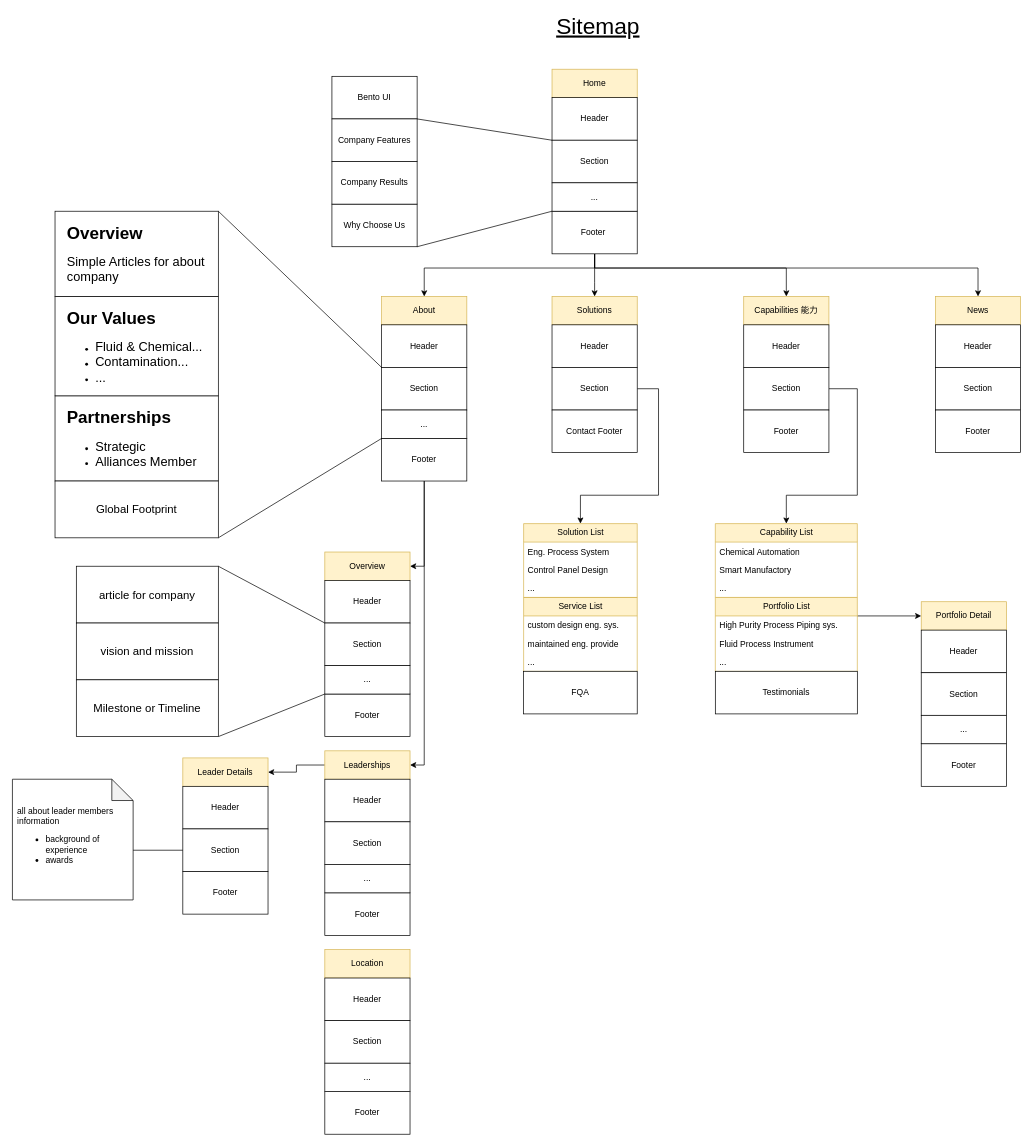
Above: Website_Design_Process.drawio in johnseetoh25/draw.io_Gallery (draw.io), before the change. Source tidied: cells renumbered, new cells numbered last; positions are measured from the earlier drawing's top-left corner, leaving out a move shared by most shapes. Both pictures are drawn from the tidied source at 71%, with x=0, y=0 at pixel (12, 12).
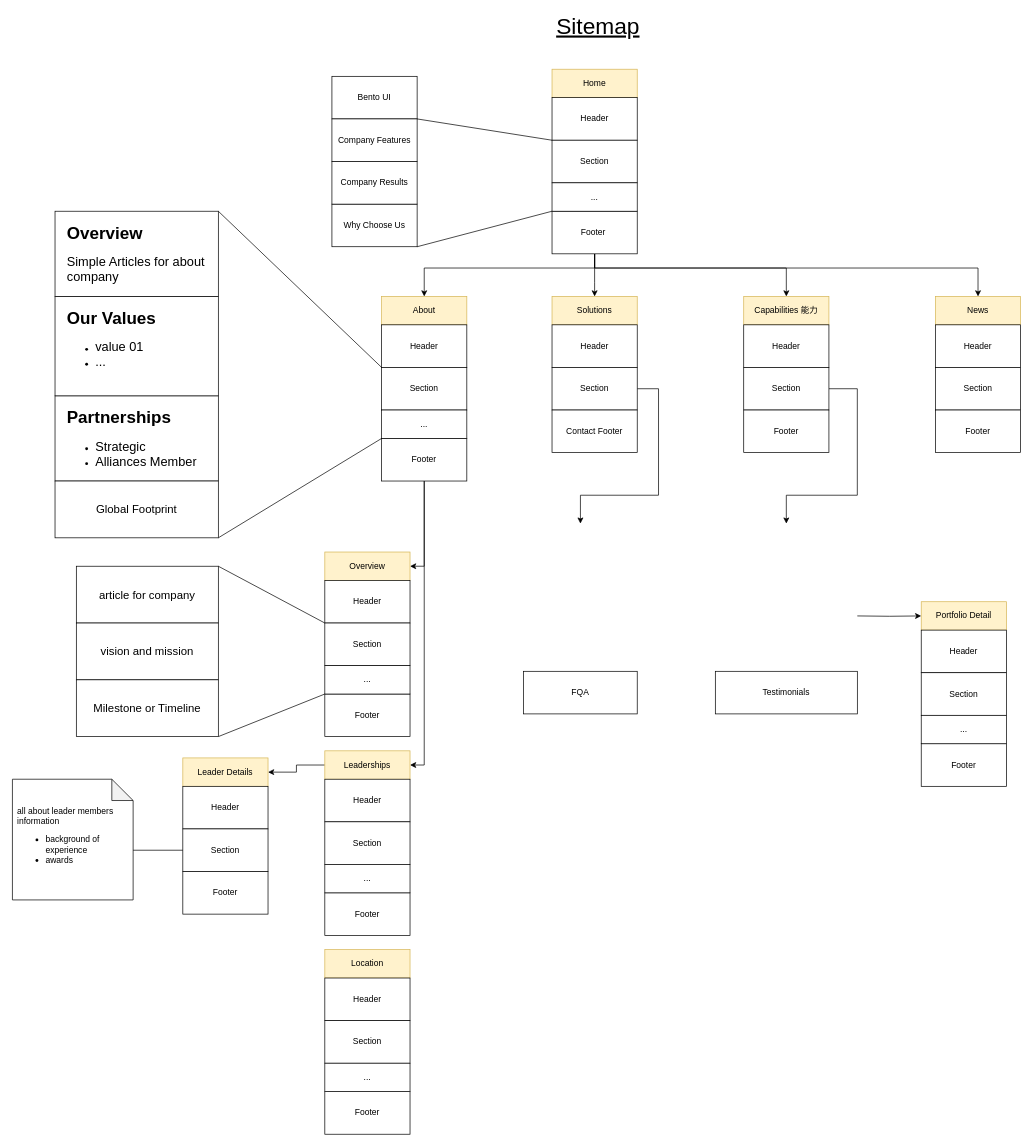
The same diagram, later.

The change refers to these unchanged cells:
```xml
<mxCell id="22" value="Section" style="rounded=0;whiteSpace=wrap;html=1;" parent="1" vertex="1">
  <mxGeometry x="760" y="500" width="120" height="60" as="geometry" />
</mxCell>
<mxCell id="27" value="Section" style="rounded=0;whiteSpace=wrap;html=1;" parent="1" vertex="1">
  <mxGeometry x="1030" y="500" width="120" height="60" as="geometry" />
</mxCell>
<mxCell id="87" value="Portfolio Detail" style="rounded=0;whiteSpace=wrap;html=1;fillColor=#fff2cc;strokeColor=#d6b656;" parent="1" vertex="1">
  <mxGeometry x="1280" y="830" width="120" height="40" as="geometry" />
</mxCell>
```

What changed in the source:
```diff
@@
-    <mxCell id="21" style="edgeStyle=orthogonalEdgeStyle;rounded=0;jettySize=auto;html=1;entryX=0.5;entryY=0;entryDx=0;entryDy=0;" parent="1" edge="1" source="22" target="78">
+    <mxCell id="21" style="edgeStyle=orthogonalEdgeStyle;rounded=0;jettySize=auto;html=1;entryX=0.5;entryY=0;entryDx=0;entryDy=0;" parent="1" edge="1" source="22">
       <mxGeometry relative="1" as="geometry">
+        <mxPoint x="800" y="720" as="targetPoint" />
         <Array as="points">
           <mxPoint x="910" y="530" />
           <mxPoint x="910" y="680" />
           <mxPoint x="800" y="680" />
         </Array>
       </mxGeometry>
     </mxCell>
@@
-    <mxCell id="26" style="edgeStyle=orthogonalEdgeStyle;rounded=0;jettySize=auto;html=1;entryX=0.5;entryY=0;entryDx=0;entryDy=0;" parent="1" edge="1" source="27" target="70">
+    <mxCell id="26" style="edgeStyle=orthogonalEdgeStyle;rounded=0;jettySize=auto;html=1;entryX=0.5;entryY=0;entryDx=0;entryDy=0;" parent="1" edge="1" source="27">
       <mxGeometry relative="1" as="geometry">
+        <mxPoint x="1090" y="720" as="targetPoint" />
         <Array as="points">
           <mxPoint x="1190" y="530" />
           <mxPoint x="1190" y="680" />
           <mxPoint x="1090" y="680" />
         </Array>
       </mxGeometry>
     </mxCell>
@@
-    <mxCell id="42" value="&lt;h1 style=&quot;margin-top: 0px;&quot;&gt;Our Values&lt;/h1&gt;&lt;p&gt;&lt;/p&gt;&lt;ul&gt;&lt;li&gt;&lt;span style=&quot;font-size: 18px;&quot;&gt;Fluid &amp;amp; Chemical...&lt;/span&gt;&lt;/li&gt;&lt;li&gt;&lt;span style=&quot;font-size: 18px;&quot;&gt;Contamination...&lt;/span&gt;&lt;/li&gt;&lt;li&gt;&lt;span style=&quot;font-size: 18px;&quot;&gt;...&lt;/span&gt;&lt;/li&gt;&lt;/ul&gt;&lt;p&gt;&lt;/p&gt;" style="text;html=1;whiteSpace=wrap;overflow=hidden;rounded=0;" parent="1" vertex="1">
+    <mxCell id="42" value="&lt;h1 style=&quot;margin-top: 0px;&quot;&gt;Our Values&lt;/h1&gt;&lt;p&gt;&lt;/p&gt;&lt;ul&gt;&lt;li&gt;&lt;span style=&quot;font-size: 18px;&quot;&gt;value 01&lt;/span&gt;&lt;/li&gt;&lt;li&gt;&lt;span style=&quot;font-size: 18px;&quot;&gt;...&lt;/span&gt;&lt;/li&gt;&lt;/ul&gt;&lt;p&gt;&lt;/p&gt;" style="text;html=1;whiteSpace=wrap;overflow=hidden;rounded=0;" parent="1" vertex="1">
       <mxGeometry x="75" y="410" width="200" height="120" as="geometry" />
     </mxCell>
@@
-    <mxCell id="70" value="Capability List" style="swimlane;fontStyle=0;horizontal=1;startSize=26;fillColor=#fff2cc;html=1;strokeColor=#d6b656;" parent="1" vertex="1">
-      <mxGeometry x="990" y="720" width="200" height="104" as="geometry" />
-    </mxCell>
-    <mxCell id="71" value="Chemical Automation" style="text;strokeColor=none;fillColor=none;align=left;verticalAlign=top;spacingLeft=4;spacingRight=4;overflow=hidden;whiteSpace=wrap;html=1;" parent="70" vertex="1">
-      <mxGeometry y="26" width="200" height="26" as="geometry" />
-    </mxCell>
-    <mxCell id="72" value="Smart Manufactory" style="text;strokeColor=none;fillColor=none;align=left;verticalAlign=top;spacingLeft=4;spacingRight=4;overflow=hidden;whiteSpace=wrap;html=1;" parent="70" vertex="1">
-      <mxGeometry y="52" width="200" height="26" as="geometry" />
-    </mxCell>
-    <mxCell id="73" value="..." style="text;strokeColor=none;fillColor=none;align=left;verticalAlign=top;spacingLeft=4;spacingRight=4;overflow=hidden;whiteSpace=wrap;html=1;" parent="70" vertex="1">
-      <mxGeometry y="78" width="200" height="26" as="geometry" />
-    </mxCell>
-    <mxCell id="74" value="Service List" style="swimlane;fontStyle=0;horizontal=1;startSize=26;fillColor=#fff2cc;html=1;strokeColor=#d6b656;" parent="1" vertex="1">
-      <mxGeometry x="720" y="824" width="160" height="104" as="geometry" />
-    </mxCell>
-    <mxCell id="75" value="custom design eng. sys." style="text;strokeColor=none;fillColor=none;align=left;verticalAlign=top;spacingLeft=4;spacingRight=4;overflow=hidden;whiteSpace=wrap;html=1;" parent="74" vertex="1">
-      <mxGeometry y="26" width="160" height="26" as="geometry" />
-    </mxCell>
-    <mxCell id="76" value="maintained eng. provide&amp;nbsp;" style="text;strokeColor=none;fillColor=none;align=left;verticalAlign=top;spacingLeft=4;spacingRight=4;overflow=hidden;whiteSpace=wrap;html=1;" parent="74" vertex="1">
-      <mxGeometry y="52" width="160" height="26" as="geometry" />
-    </mxCell>
-    <mxCell id="77" value="..." style="text;strokeColor=none;fillColor=none;align=left;verticalAlign=top;spacingLeft=4;spacingRight=4;overflow=hidden;whiteSpace=wrap;html=1;" parent="74" vertex="1">
-      <mxGeometry y="78" width="160" height="26" as="geometry" />
-    </mxCell>
-    <mxCell id="78" value="Solution List" style="swimlane;fontStyle=0;horizontal=1;startSize=26;fillColor=#fff2cc;html=1;strokeColor=#d6b656;" parent="1" vertex="1">
-      <mxGeometry x="720" y="720" width="160" height="104" as="geometry" />
-    </mxCell>
-    <mxCell id="79" value="Eng. Process System" style="text;strokeColor=none;fillColor=none;align=left;verticalAlign=top;spacingLeft=4;spacingRight=4;overflow=hidden;whiteSpace=wrap;html=1;" parent="78" vertex="1">
-      <mxGeometry y="26" width="160" height="26" as="geometry" />
-    </mxCell>
-    <mxCell id="80" value="Control Panel Design" style="text;strokeColor=none;fillColor=none;align=left;verticalAlign=top;spacingLeft=4;spacingRight=4;overflow=hidden;whiteSpace=wrap;html=1;" parent="78" vertex="1">
-      <mxGeometry y="52" width="160" height="26" as="geometry" />
-    </mxCell>
-    <mxCell id="81" value="..." style="text;strokeColor=none;fillColor=none;align=left;verticalAlign=top;spacingLeft=4;spacingRight=4;overflow=hidden;whiteSpace=wrap;html=1;" parent="78" vertex="1">
-      <mxGeometry y="78" width="160" height="26" as="geometry" />
-    </mxCell>
-    <mxCell id="82" style="edgeStyle=orthogonalEdgeStyle;rounded=0;jettySize=auto;html=1;entryX=0;entryY=0.5;entryDx=0;entryDy=0;exitX=1;exitY=0.25;exitDx=0;exitDy=0;" parent="1" edge="1" source="83" target="87">
-      <mxGeometry relative="1" as="geometry" />
+    <mxCell id="82" style="edgeStyle=orthogonalEdgeStyle;rounded=0;jettySize=auto;html=1;entryX=0;entryY=0.5;entryDx=0;entryDy=0;exitX=1;exitY=0.25;exitDx=0;exitDy=0;" parent="1" edge="1" target="87">
+      <mxGeometry relative="1" as="geometry">
+        <mxPoint x="1190" y="850" as="sourcePoint" />
+      </mxGeometry>
     </mxCell>
-    <mxCell id="83" value="Portfolio List" style="swimlane;fontStyle=0;horizontal=1;startSize=26;fillColor=#fff2cc;html=1;strokeColor=#d6b656;" parent="1" vertex="1">
-      <mxGeometry x="990" y="824" width="200" height="104" as="geometry" />
-    </mxCell>
-    <mxCell id="84" value="High Purity Process Piping sys." style="text;strokeColor=none;fillColor=none;align=left;verticalAlign=top;spacingLeft=4;spacingRight=4;overflow=hidden;whiteSpace=wrap;html=1;" parent="83" vertex="1">
-      <mxGeometry y="26" width="200" height="26" as="geometry" />
-    </mxCell>
-    <mxCell id="85" value="Fluid Process Instrument" style="text;strokeColor=none;fillColor=none;align=left;verticalAlign=top;spacingLeft=4;spacingRight=4;overflow=hidden;whiteSpace=wrap;html=1;" parent="83" vertex="1">
-      <mxGeometry y="52" width="200" height="26" as="geometry" />
-    </mxCell>
-    <mxCell id="86" value="..." style="text;strokeColor=none;fillColor=none;align=left;verticalAlign=top;spacingLeft=4;spacingRight=4;overflow=hidden;whiteSpace=wrap;html=1;" parent="83" vertex="1">
-      <mxGeometry y="78" width="200" height="26" as="geometry" />
-    </mxCell>
```
